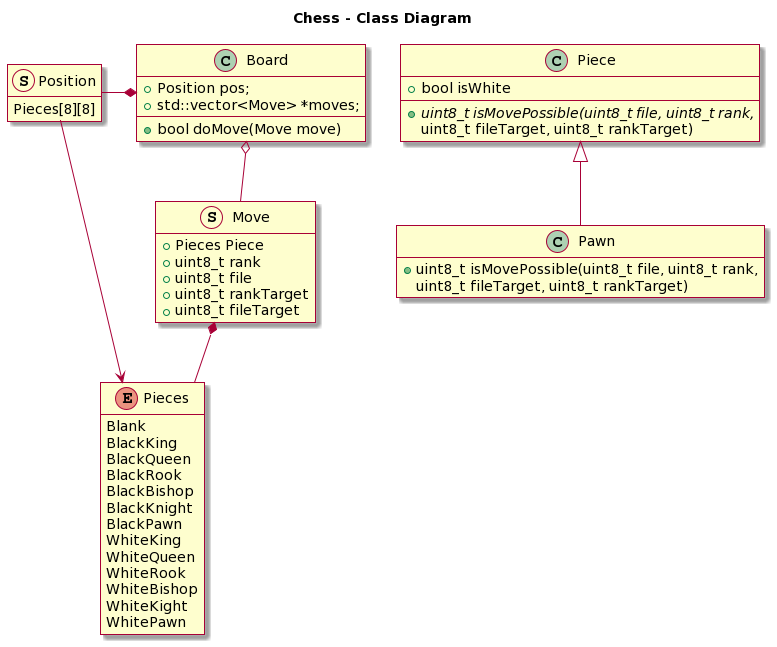
Earlier version of the PlantUML export others/chess-test/class_diagram.png (JotaEspig/BCC-IFC-studies).
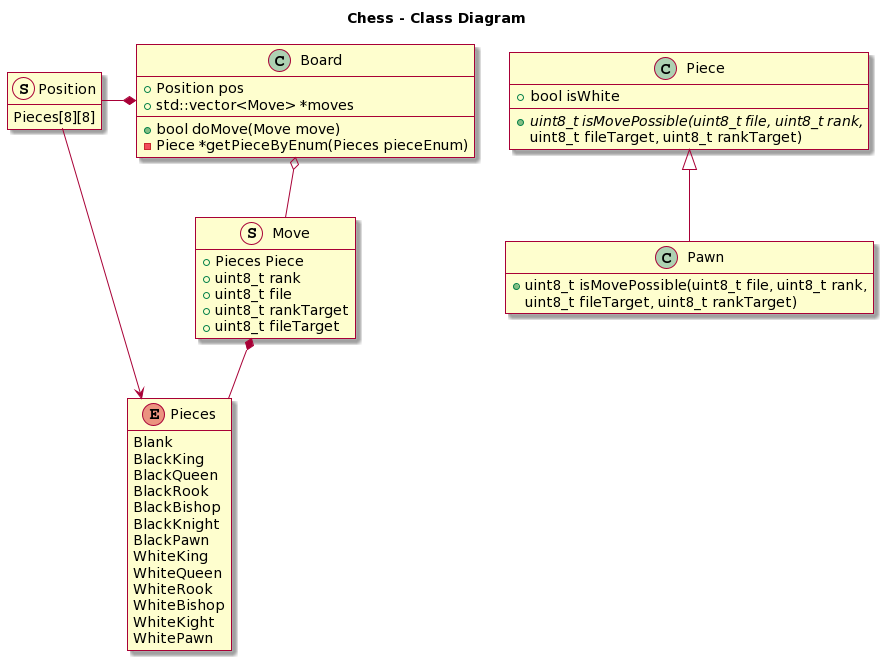
Above is the later version.

Commit message:
updated class diagram

Diff of the diagram source:
```diff
@@ -6,9 +6,10 @@
 
 
 class Board {
-  +Position pos;
-  +std::vector<Move> *moves;
+  +Position pos
+  +std::vector<Move> *moves
   +bool doMove(Move move)
+  -Piece *getPieceByEnum(Pieces pieceEnum)
 }
 
 stereotype Position {
```
